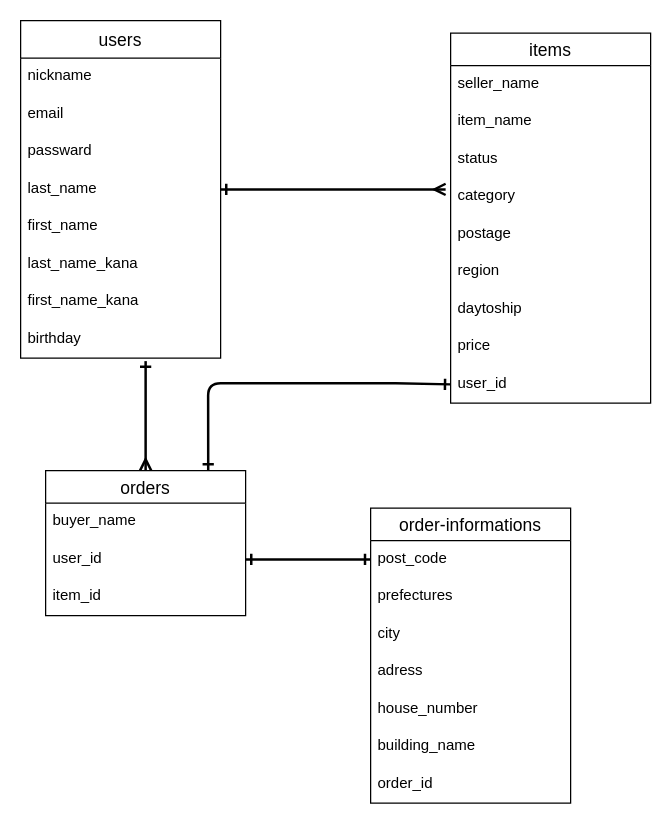
Above: er.dio in shimizubenson/furima-38211 (draw.io), before the change. Source tidied: cells renumbered, new cells numbered last; positions are measured from the earlier drawing's top-left corner, leaving out a move shared by most shapes. Both pictures are drawn from the tidied source at 125%, with x=0, y=0 at pixel (20, 20).
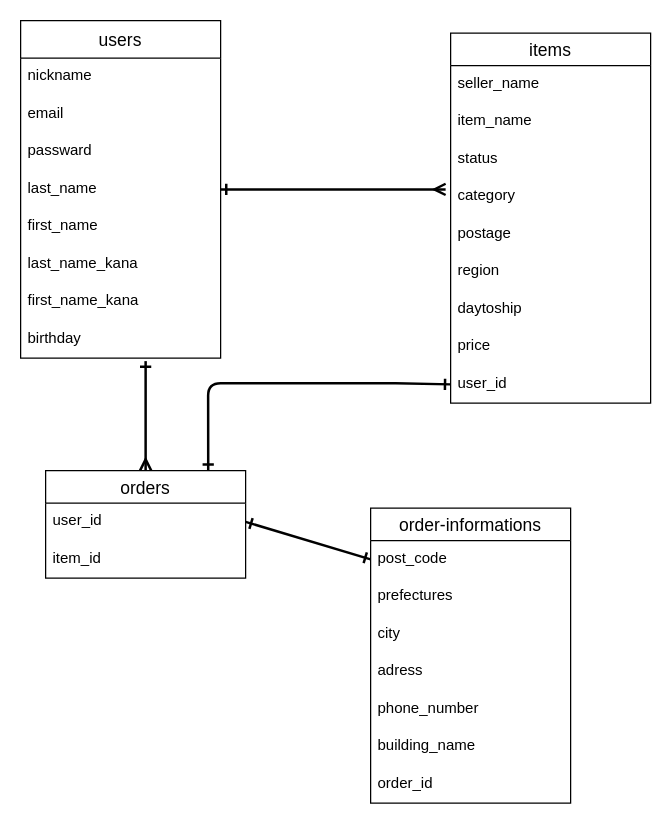
The same page after the edit.

Commit message (it also covers changes not shown here):
データベース設計の修正

The change refers to these unchanged cells:
```xml
<mxCell id="28" value="order-informations" style="swimlane;fontStyle=0;horizontal=1;startSize=26;align=center;fontSize=14;" parent="1" vertex="1">
  <mxGeometry x="280" y="390" width="160" height="236" as="geometry" />
</mxCell>
```

The edit, as a diff of the source:
```diff
@@
     <mxCell id="24" value="orders" style="swimlane;fontStyle=0;horizontal=1;startSize=26;align=center;fontSize=14;" parent="1" vertex="1">
-      <mxGeometry x="20" y="360" width="160" height="116" as="geometry" />
+      <mxGeometry x="20" y="360" width="160" height="86" as="geometry" />
     </mxCell>
-    <mxCell id="25" value="buyer_name" style="text;strokeColor=none;fillColor=none;spacingLeft=4;spacingRight=4;overflow=hidden;fontSize=12;" parent="24" vertex="1">
-      <mxGeometry y="26" width="160" height="30" as="geometry" />
-    </mxCell>
     <mxCell id="26" value="user_id" style="text;strokeColor=none;fillColor=none;spacingLeft=4;spacingRight=4;overflow=hidden;points=[[0,0.5],[1,0.5]];portConstraint=eastwest;fontSize=12;" parent="24" vertex="1">
-      <mxGeometry y="56" width="160" height="30" as="geometry" />
+      <mxGeometry y="26" width="160" height="30" as="geometry" />
     </mxCell>
     <mxCell id="27" value="item_id" style="text;strokeColor=none;fillColor=none;spacingLeft=4;spacingRight=4;overflow=hidden;fontSize=12;" parent="24" vertex="1">
-      <mxGeometry y="86" width="160" height="30" as="geometry" />
+      <mxGeometry y="56" width="160" height="30" as="geometry" />
     </mxCell>
@@
-    <mxCell id="33" value="house_number" style="text;strokeColor=none;fillColor=none;spacingLeft=4;spacingRight=4;overflow=hidden;fontSize=12;" parent="28" vertex="1">
+    <mxCell id="33" value="phone_number" style="text;strokeColor=none;fillColor=none;spacingLeft=4;spacingRight=4;overflow=hidden;fontSize=12;" parent="28" vertex="1">
       <mxGeometry y="146" width="160" height="30" as="geometry" />
     </mxCell>
```
